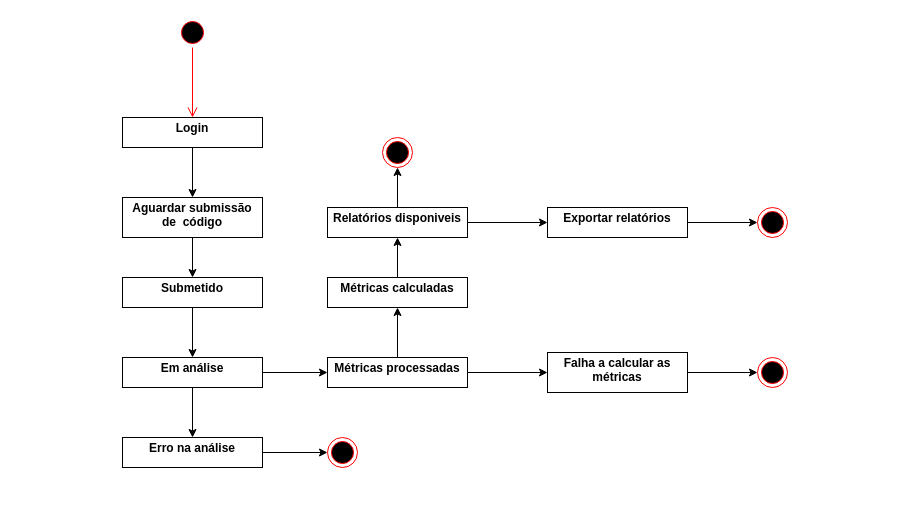
The draw.io diagram docs/Diagrama de estados.drawio in sergiowww-iscte-iul/analyx, before the edit. Source tidied: cells renumbered, new cells numbered last; positions are measured from the earlier drawing's top-left corner, leaving out a move shared by most shapes. Both pictures are drawn from the tidied source at 100%, with x=0, y=0 at pixel (122, 17).
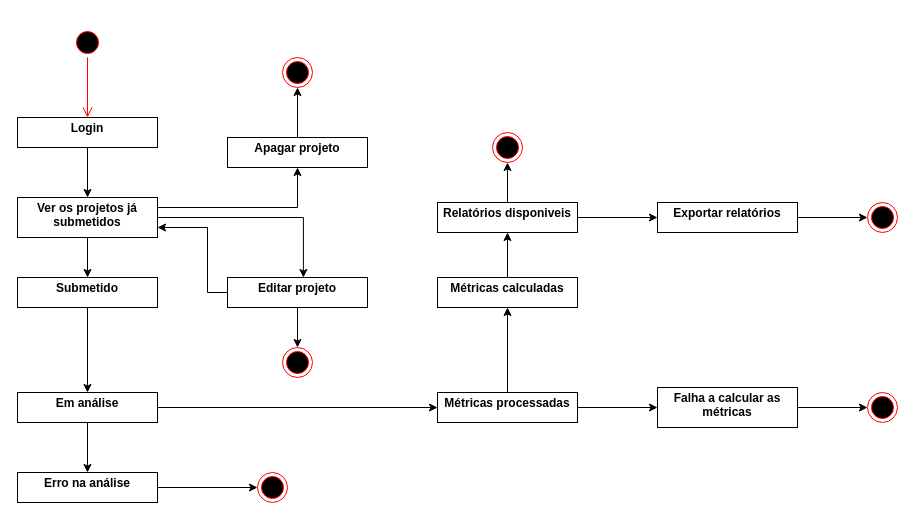
Above is the later version.

Commit message (it also covers changes not shown here):
Added use case diagram and machine state diagram

What changed in the source:
```diff
@@
     <mxCell id="2" style="ellipse;html=1;shape=endState;fillColor=#000000;strokeColor=#ff0000;" parent="1" vertex="1">
-      <mxGeometry x="635" y="340" width="30" height="30" as="geometry" />
+      <mxGeometry x="745" y="375" width="30" height="30" as="geometry" />
     </mxCell>
     <mxCell id="3" style="ellipse;html=1;shape=startState;fillColor=#000000;strokeColor=#ff0000;" parent="1" vertex="1">
-      <mxGeometry x="55" width="30" height="30" as="geometry" />
+      <mxGeometry x="-50" y="10" width="30" height="30" as="geometry" />
     </mxCell>
@@
     <mxCell id="6" value="&lt;p style=&quot;margin:0px;margin-top:4px;text-align:center;&quot;&gt;&lt;b&gt;Login&lt;/b&gt;&lt;/p&gt;" style="verticalAlign=top;align=left;overflow=fill;html=1;whiteSpace=wrap;" parent="1" vertex="1">
-      <mxGeometry y="100" width="140" height="30" as="geometry" />
+      <mxGeometry x="-105" y="100" width="140" height="30" as="geometry" />
     </mxCell>
@@
+    <mxCell id="31" style="edgeStyle=orthogonalEdgeStyle;rounded=0;orthogonalLoop=1;jettySize=auto;html=1;entryX=0.542;entryY=-0.029;entryDx=0;entryDy=0;entryPerimeter=0;" parent="1" edge="1">
+      <mxGeometry relative="1" as="geometry">
+        <mxPoint x="35" y="210.9" as="sourcePoint" />
+        <mxPoint x="180.9" y="260" as="targetPoint" />
+        <Array as="points">
+          <mxPoint x="35" y="200" />
+          <mxPoint x="181" y="200" />
+        </Array>
+      </mxGeometry>
+    </mxCell>
-    <mxCell id="8" value="&lt;p style=&quot;margin:0px;margin-top:4px;text-align:center;&quot;&gt;&lt;b&gt;Aguardar submissão de&amp;nbsp; código&lt;/b&gt;&lt;/p&gt;" style="verticalAlign=top;align=left;overflow=fill;html=1;whiteSpace=wrap;" parent="1" vertex="1">
-      <mxGeometry y="180" width="140" height="40" as="geometry" />
+    <mxCell id="8" value="&lt;p style=&quot;margin:0px;margin-top:4px;text-align:center;&quot;&gt;&lt;b&gt;Ver os projetos já submetidos&lt;/b&gt;&lt;/p&gt;" style="verticalAlign=top;align=left;overflow=fill;html=1;whiteSpace=wrap;" parent="1" vertex="1">
+      <mxGeometry x="-105" y="180" width="140" height="40" as="geometry" />
     </mxCell>
@@
     <mxCell id="10" value="&lt;p style=&quot;margin:0px;margin-top:4px;text-align:center;&quot;&gt;&lt;b&gt;Submetido&lt;/b&gt;&lt;/p&gt;" style="verticalAlign=top;align=left;overflow=fill;html=1;whiteSpace=wrap;" parent="1" vertex="1">
-      <mxGeometry y="260" width="140" height="30" as="geometry" />
+      <mxGeometry x="-105" y="260" width="140" height="30" as="geometry" />
     </mxCell>
@@
     <mxCell id="13" value="&lt;p style=&quot;margin:0px;margin-top:4px;text-align:center;&quot;&gt;&lt;b&gt;Em análise&lt;/b&gt;&lt;/p&gt;" style="verticalAlign=top;align=left;overflow=fill;html=1;whiteSpace=wrap;" parent="1" vertex="1">
-      <mxGeometry y="340" width="140" height="30" as="geometry" />
+      <mxGeometry x="-105" y="375" width="140" height="30" as="geometry" />
     </mxCell>
@@
     <mxCell id="16" value="&lt;p style=&quot;margin:0px;margin-top:4px;text-align:center;&quot;&gt;&lt;b&gt;Métricas processadas&lt;/b&gt;&lt;/p&gt;" style="verticalAlign=top;align=left;overflow=fill;html=1;whiteSpace=wrap;" parent="1" vertex="1">
-      <mxGeometry x="205" y="340" width="140" height="30" as="geometry" />
+      <mxGeometry x="315" y="375" width="140" height="30" as="geometry" />
     </mxCell>
@@
     <mxCell id="18" value="&lt;p style=&quot;margin:0px;margin-top:4px;text-align:center;&quot;&gt;&lt;b&gt;Erro na análise&lt;/b&gt;&lt;/p&gt;" style="verticalAlign=top;align=left;overflow=fill;html=1;whiteSpace=wrap;" parent="1" vertex="1">
-      <mxGeometry y="420" width="140" height="30" as="geometry" />
+      <mxGeometry x="-105" y="455" width="140" height="30" as="geometry" />
     </mxCell>
     <mxCell id="19" style="ellipse;html=1;shape=endState;fillColor=#000000;strokeColor=#ff0000;" parent="1" vertex="1">
-      <mxGeometry x="205" y="420" width="30" height="30" as="geometry" />
+      <mxGeometry x="135" y="455" width="30" height="30" as="geometry" />
     </mxCell>
@@
     <mxCell id="21" value="&lt;p style=&quot;margin:0px;margin-top:4px;text-align:center;&quot;&gt;&lt;b&gt;Métricas calculadas&lt;/b&gt;&lt;/p&gt;&lt;p style=&quot;margin:0px;margin-top:4px;text-align:center;&quot;&gt;&lt;b&gt;&lt;br&gt;&lt;/b&gt;&lt;/p&gt;" style="verticalAlign=top;align=left;overflow=fill;html=1;whiteSpace=wrap;" parent="1" vertex="1">
-      <mxGeometry x="205" y="260" width="140" height="30" as="geometry" />
+      <mxGeometry x="315" y="260" width="140" height="30" as="geometry" />
     </mxCell>
@@
     <mxCell id="23" value="&lt;p style=&quot;margin:0px;margin-top:4px;text-align:center;&quot;&gt;&lt;b&gt;Falha a calcular as métricas&lt;/b&gt;&lt;/p&gt;" style="verticalAlign=top;align=left;overflow=fill;html=1;whiteSpace=wrap;" parent="1" vertex="1">
-      <mxGeometry x="425" y="335" width="140" height="40" as="geometry" />
+      <mxGeometry x="535" y="370" width="140" height="40" as="geometry" />
     </mxCell>
@@
     <mxCell id="26" value="&lt;p style=&quot;margin:0px;margin-top:4px;text-align:center;&quot;&gt;&lt;b&gt;Relatórios disponiveis&lt;/b&gt;&lt;/p&gt;&lt;p style=&quot;margin:0px;margin-top:4px;text-align:center;&quot;&gt;&lt;b&gt;&lt;br&gt;&lt;/b&gt;&lt;/p&gt;" style="verticalAlign=top;align=left;overflow=fill;html=1;whiteSpace=wrap;" parent="1" vertex="1">
-      <mxGeometry x="205" y="190" width="140" height="30" as="geometry" />
+      <mxGeometry x="315" y="185" width="140" height="30" as="geometry" />
     </mxCell>
@@
     <mxCell id="28" value="&lt;p style=&quot;margin:0px;margin-top:4px;text-align:center;&quot;&gt;&lt;b&gt;Exportar relatórios&lt;/b&gt;&lt;/p&gt;" style="verticalAlign=top;align=left;overflow=fill;html=1;whiteSpace=wrap;" parent="1" vertex="1">
-      <mxGeometry x="425" y="190" width="140" height="30" as="geometry" />
+      <mxGeometry x="535" y="185" width="140" height="30" as="geometry" />
     </mxCell>
     <mxCell id="29" style="ellipse;html=1;shape=endState;fillColor=#000000;strokeColor=#ff0000;" parent="1" vertex="1">
-      <mxGeometry x="635" y="190" width="30" height="30" as="geometry" />
+      <mxGeometry x="745" y="185" width="30" height="30" as="geometry" />
     </mxCell>
     <mxCell id="30" style="ellipse;html=1;shape=endState;fillColor=#000000;strokeColor=#ff0000;" parent="1" vertex="1">
-      <mxGeometry x="260" y="120" width="30" height="30" as="geometry" />
+      <mxGeometry x="370" y="115" width="30" height="30" as="geometry" />
     </mxCell>
+    <mxCell id="32" style="edgeStyle=orthogonalEdgeStyle;rounded=0;jettySize=auto;html=1;entryX=1;entryY=0.75;entryDx=0;entryDy=0;" parent="1" edge="1" source="34" target="8">
+      <mxGeometry relative="1" as="geometry">
+        <Array as="points">
+          <mxPoint x="85" y="275" />
+          <mxPoint x="85" y="210" />
+        </Array>
+      </mxGeometry>
+    </mxCell>
+    <mxCell id="33" style="edgeStyle=orthogonalEdgeStyle;rounded=0;jettySize=auto;html=1;" parent="1" edge="1" source="34" target="39">
+      <mxGeometry relative="1" as="geometry" />
+    </mxCell>
+    <mxCell id="34" value="&lt;p style=&quot;margin:0px;margin-top:4px;text-align:center;&quot;&gt;&lt;b&gt;Editar projeto&lt;/b&gt;&lt;/p&gt;" style="verticalAlign=top;align=left;overflow=fill;html=1;whiteSpace=wrap;" parent="1" vertex="1">
+      <mxGeometry x="105" y="260" width="140" height="30" as="geometry" />
+    </mxCell>
+    <mxCell id="35" style="edgeStyle=orthogonalEdgeStyle;rounded=0;jettySize=auto;html=1;" parent="1" edge="1" source="36" target="37">
+      <mxGeometry relative="1" as="geometry" />
+    </mxCell>
+    <mxCell id="36" value="&lt;p style=&quot;margin:0px;margin-top:4px;text-align:center;&quot;&gt;&lt;b&gt;Apagar projeto&lt;/b&gt;&lt;/p&gt;" style="verticalAlign=top;align=left;overflow=fill;html=1;whiteSpace=wrap;" parent="1" vertex="1">
+      <mxGeometry x="105" y="120" width="140" height="30" as="geometry" />
+    </mxCell>
+    <mxCell id="37" style="ellipse;html=1;shape=endState;fillColor=#000000;strokeColor=#ff0000;" parent="1" vertex="1">
+      <mxGeometry x="160" y="40" width="30" height="30" as="geometry" />
+    </mxCell>
+    <mxCell id="38" style="edgeStyle=orthogonalEdgeStyle;rounded=0;jettySize=auto;html=1;exitX=1;exitY=0.25;exitDx=0;exitDy=0;entryX=0.5;entryY=1;entryDx=0;entryDy=0;" parent="1" edge="1" source="8" target="36">
+      <mxGeometry relative="1" as="geometry">
+        <Array as="points">
+          <mxPoint x="175" y="190" />
+        </Array>
+      </mxGeometry>
+    </mxCell>
+    <mxCell id="39" style="ellipse;html=1;shape=endState;fillColor=#000000;strokeColor=#ff0000;" parent="1" vertex="1">
+      <mxGeometry x="160" y="330" width="30" height="30" as="geometry" />
+    </mxCell>
```
